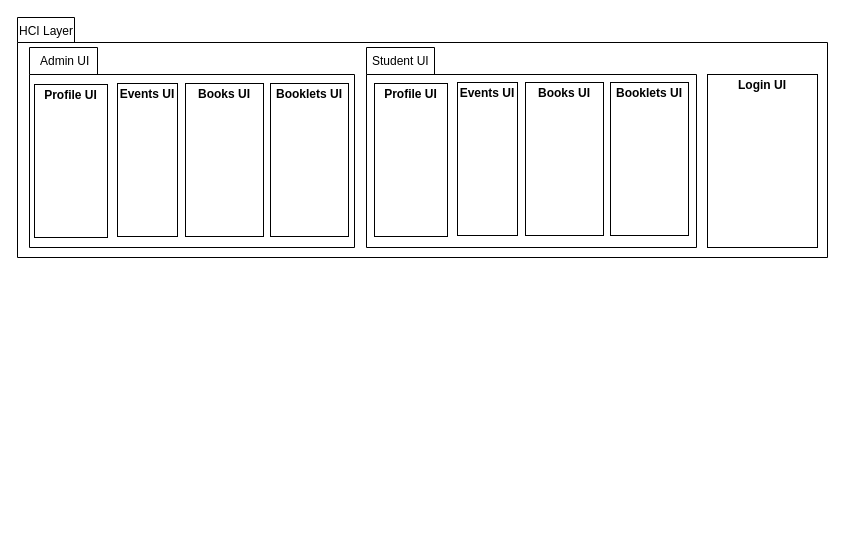
Before: Package Diagram.drawio in m-bassiri/HamyarApp, a draw.io diagram. Source tidied: cells renumbered, new cells numbered last; positions are measured from the earlier drawing's top-left corner, leaving out a move shared by most shapes. Both pictures are drawn from the tidied source at 100%, with x=0, y=0 at pixel (17, 17).
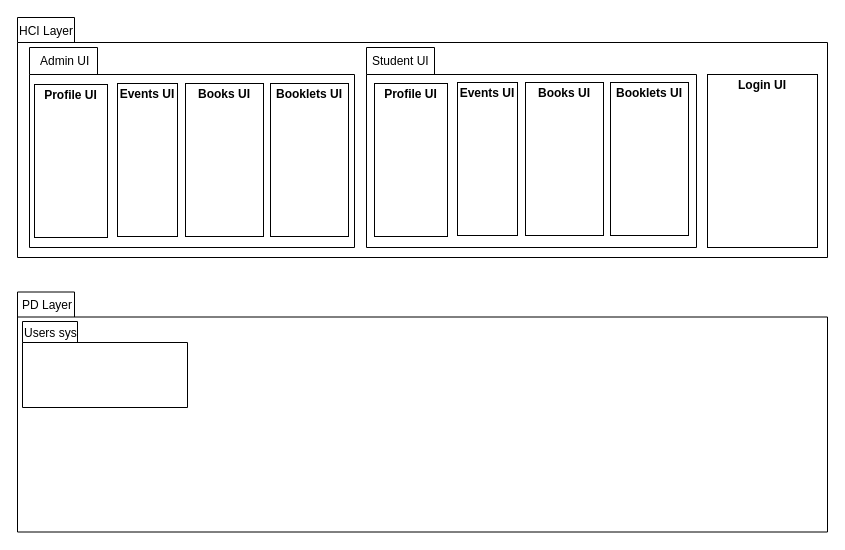
After the change.

The edit, as a diff of the source:
```diff
@@
+    <mxCell id="17" style="shape=folder;fontStyle=1;spacingTop=10;tabWidth=57;tabHeight=25;tabPosition=left;html=1;" parent="1" vertex="1">
+      <mxGeometry y="274.5" width="810" height="240" as="geometry" />
+    </mxCell>
+    <mxCell id="18" value="PD Layer" style="text;html=1;align=left;verticalAlign=top;spacingTop=-4;" parent="1" vertex="1">
+      <mxGeometry x="3" y="277.5" width="70" height="20" as="geometry" />
+    </mxCell>
+    <mxCell id="19" style="shape=folder;fontStyle=1;spacingTop=10;tabWidth=55;tabHeight=21;tabPosition=left;html=1;" parent="1" vertex="1">
+      <mxGeometry x="5" y="304" width="165" height="86" as="geometry" />
+    </mxCell>
+    <mxCell id="20" value="Users sys" style="text;html=1;" parent="1" vertex="1">
+      <mxGeometry x="5" y="301.5" width="70" height="30" as="geometry" />
+    </mxCell>
```
